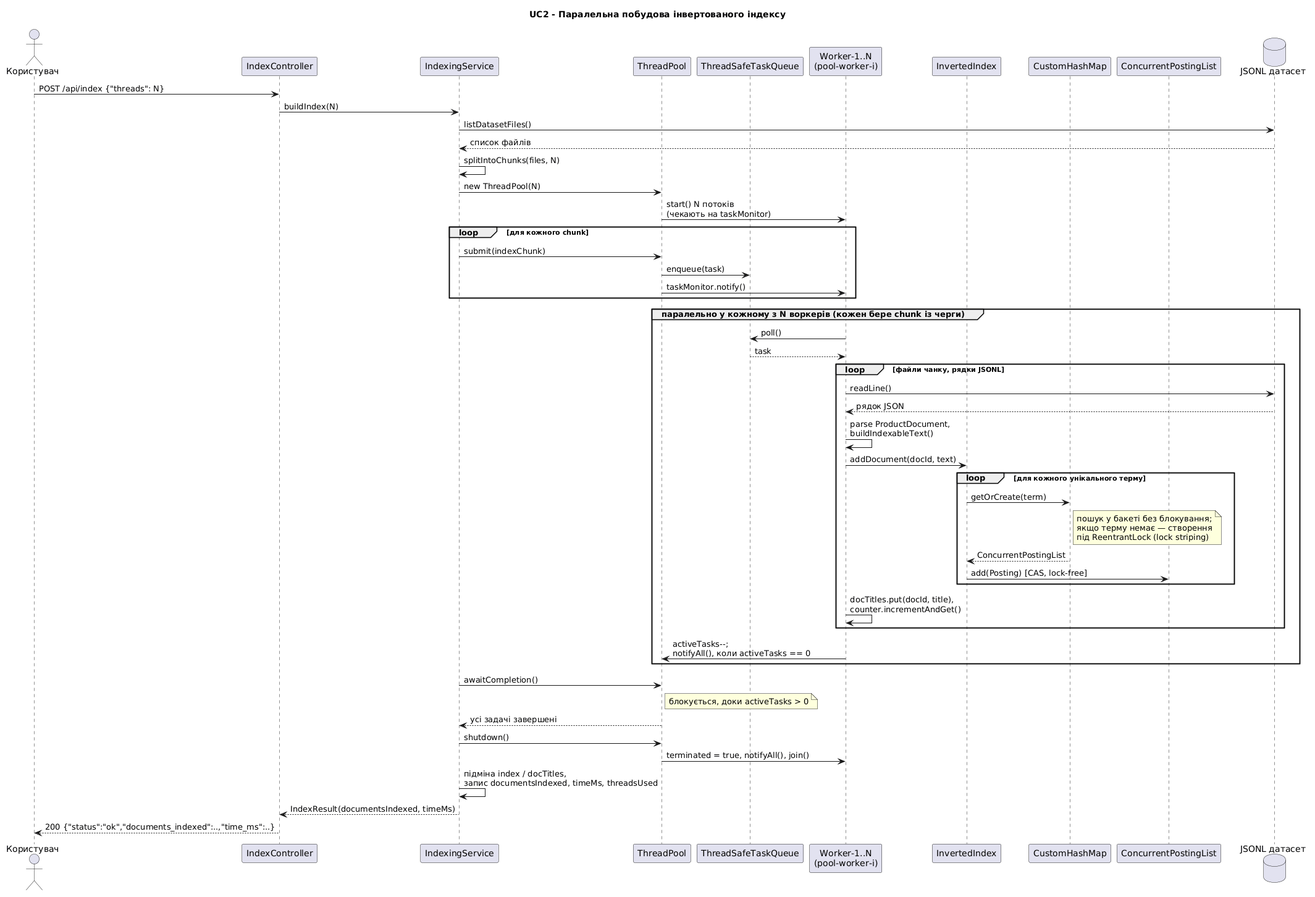
The PlantUML diagram docs/uml/04_seq_uc2_index.png in KovalSS/distributed-search-pipeline, before a commit.
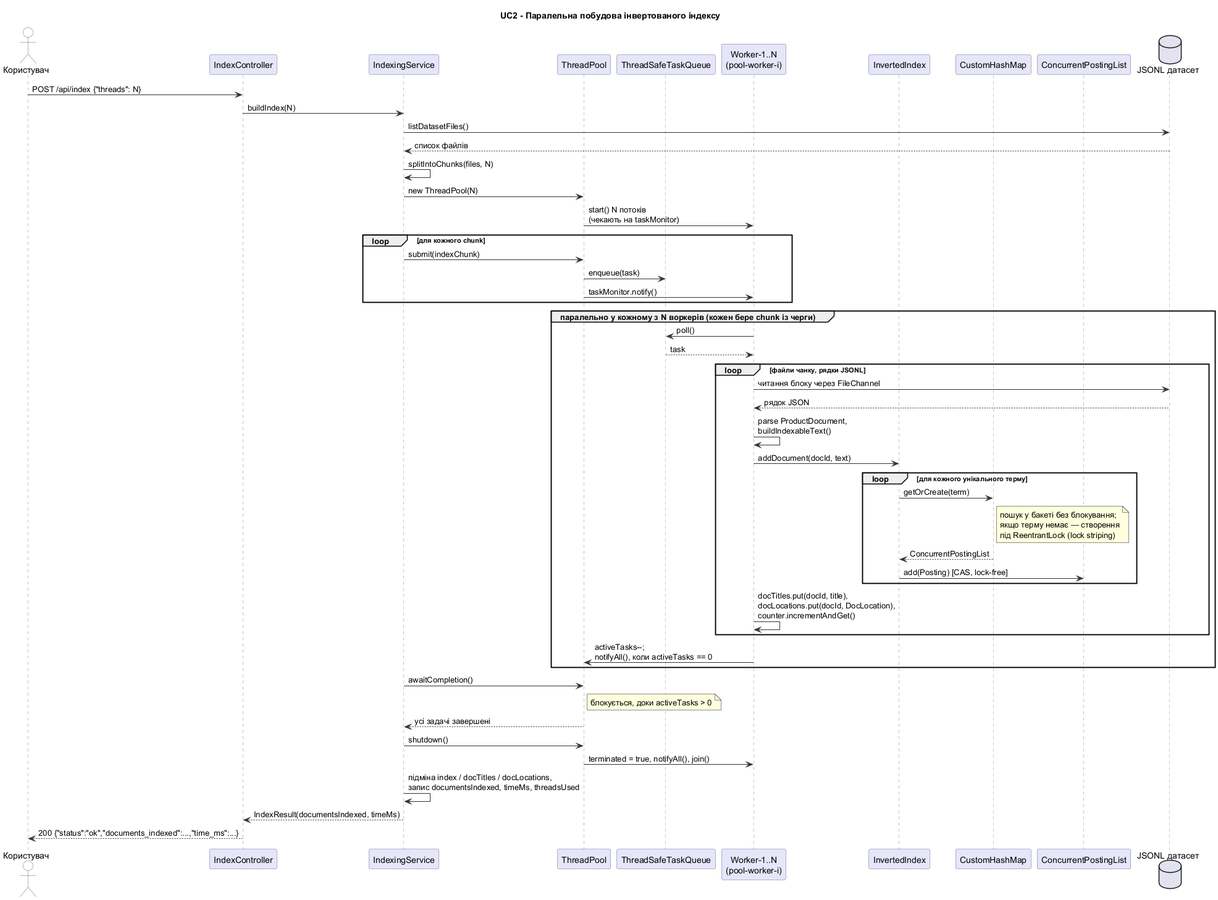
Above is the later version.

Diff of the diagram source:
```diff
@@ -1,59 +1,68 @@
 @startuml
 title UC2 - Паралельна побудова інвертованого індексу
+autonumber stop
+
+skinparam sequence {
+  ParticipantBackgroundColor #E6E6FA
+  ParticipantBorderColor #686888
+  ActorBackgroundColor #FFFFFF
+  ActorBorderColor #686888
+  ArrowColor #333333
+  LifeLineBorderColor #888888
+}
+
 actor Користувач
 participant IndexController
 participant IndexingService
 participant ThreadPool
-participant ThreadSafeTaskQueue as Queue
+participant ThreadSafeTaskQueue
 participant "Worker-1..N\n(pool-worker-i)" as Worker
 participant InvertedIndex
 participant CustomHashMap
-participant ConcurrentPostingList as PL
-database "JSONL датасет" as FS
+participant ConcurrentPostingList
+database "JSONL датасет" as Dataset
 
-Користувач -> IndexController : POST /api/index {"threads": N}
-IndexController -> IndexingService : buildIndex(N)
-IndexingService -> FS : listDatasetFiles()
-FS --> IndexingService : список файлів
-IndexingService -> IndexingService : splitIntoChunks(files, N)
-IndexingService -> ThreadPool : new ThreadPool(N)
-ThreadPool -> Worker : start() N потоків\n(чекають на taskMonitor)
+Користувач -> IndexController: POST /api/index {"threads": N}
+IndexController -> IndexingService: buildIndex(N)
+IndexingService -> Dataset: listDatasetFiles()
+Dataset --> IndexingService: список файлів
+IndexingService -> IndexingService: splitIntoChunks(files, N)
+IndexingService -> ThreadPool: new ThreadPool(N)
+ThreadPool -> Worker: start() N потоків\n(чекають на taskMonitor)
 
 loop для кожного chunk
-  IndexingService -> ThreadPool : submit(indexChunk)
-  ThreadPool -> Queue : enqueue(task)
-  ThreadPool -> Worker : taskMonitor.notify()
+    IndexingService -> ThreadPool: submit(indexChunk)
+    ThreadPool -> ThreadSafeTaskQueue: enqueue(task)
+    ThreadPool -> Worker: taskMonitor.notify()
 end
 
 group паралельно у кожному з N воркерів (кожен бере chunk із черги)
-  Worker -> Queue : poll()
-  Queue --> Worker : task
-  loop файли чанку, рядки JSONL
-    Worker -> FS : readLine()
-    FS --> Worker : рядок JSON
-    Worker -> Worker : parse ProductDocument,\nbuildIndexableText()
-    Worker -> InvertedIndex : addDocument(docId, text)
-    loop для кожного унікального терму
-      InvertedIndex -> CustomHashMap : getOrCreate(term)
-      note right of CustomHashMap
-        пошук у бакеті без блокування;
-        якщо терму немає — створення
-        під ReentrantLock (lock striping)
-      end note
-      CustomHashMap --> InvertedIndex : ConcurrentPostingList
-      InvertedIndex -> PL : add(Posting) [CAS, lock-free]
+    Worker -> ThreadSafeTaskQueue: poll()
+    ThreadSafeTaskQueue --> Worker: task
+    loop файли чанку, рядки JSONL
+        Worker -> Dataset: читання блоку через FileChannel
+        Dataset --> Worker: рядок JSON
+        Worker -> Worker: parse ProductDocument,\nbuildIndexableText()
+        Worker -> InvertedIndex: addDocument(docId, text)
+        loop для кожного унікального терму
+            InvertedIndex -> CustomHashMap: getOrCreate(term)
+            note right of CustomHashMap: пошук у бакеті без блокування;\nякщо терму немає — створення\nпід ReentrantLock (lock striping)
+            CustomHashMap --> InvertedIndex: ConcurrentPostingList
+            InvertedIndex -> ConcurrentPostingList: add(Posting) [CAS, lock-free]
+        end
+        Worker -> Worker: docTitles.put(docId, title),\ndocLocations.put(docId, DocLocation),\ncounter.incrementAndGet()
     end
-    Worker -> Worker : docTitles.put(docId, title),\ncounter.incrementAndGet()
-  end
-  Worker -> ThreadPool : activeTasks--;\nnotifyAll(), коли activeTasks == 0
+    Worker -> ThreadPool: activeTasks--;\nnotifyAll(), коли activeTasks == 0
 end
 
-IndexingService -> ThreadPool : awaitCompletion()
-note right of ThreadPool : блокується, доки activeTasks > 0
-ThreadPool --> IndexingService : усі задачі завершені
-IndexingService -> ThreadPool : shutdown()
-ThreadPool -> Worker : terminated = true, notifyAll(), join()
-IndexingService -> IndexingService : підміна index / docTitles,\nзапис documentsIndexed, timeMs, threadsUsed
-IndexingService --> IndexController : IndexResult(documentsIndexed, timeMs)
-IndexController --> Користувач : 200 {"status":"ok","documents_indexed":..,"time_ms":..}
+IndexingService -> ThreadPool: awaitCompletion()
+note right of ThreadPool: блокується, доки activeTasks > 0
+ThreadPool --> IndexingService: усі задачі завершені
+
+IndexingService -> ThreadPool: shutdown()
+ThreadPool -> Worker: terminated = true, notifyAll(), join()
+
+IndexingService -> IndexingService: підміна index / docTitles / docLocations,\nзапис documentsIndexed, timeMs, threadsUsed
+IndexingService --> IndexController: IndexResult(documentsIndexed, timeMs)
+IndexController --> Користувач: 200 {"status":"ok","documents_indexed":...,"time_ms":...}
 @enduml
```
